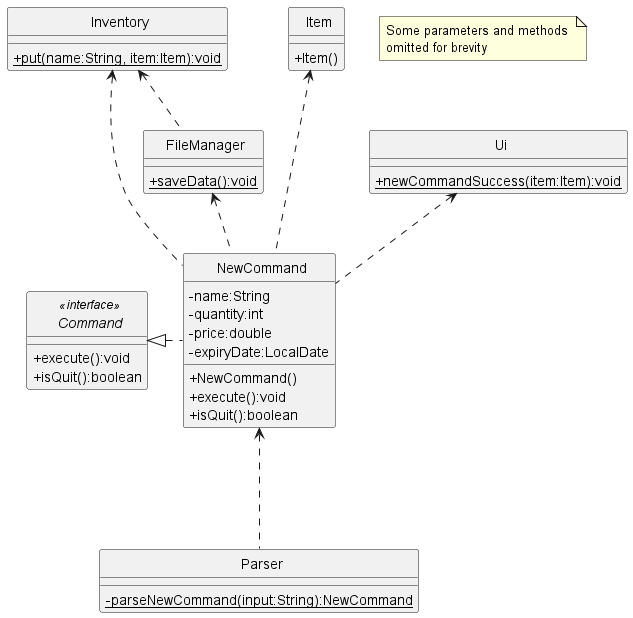
The PlantUML diagram docs/uml-diagrams/NewCommandClass.png in rismm/tp, before a commit.
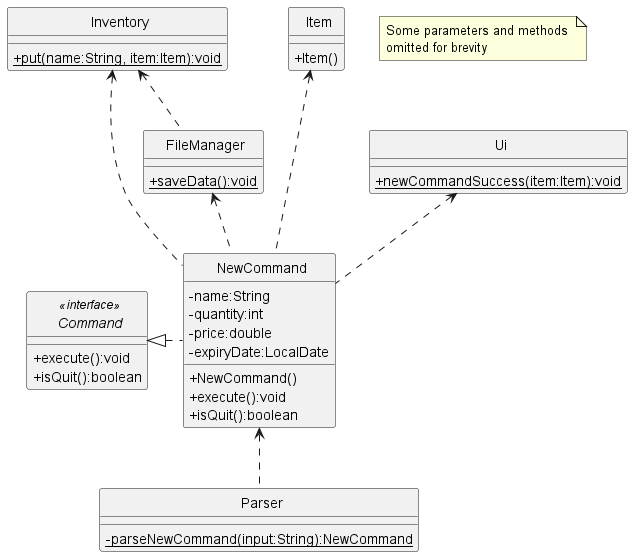
After the change.

Commit message:
Update class diagrams

Change to the diagram source:
```diff
@@ -15,7 +15,7 @@
 Item <... NewCommand
 Ui <.. NewCommand
 Inventory <.. NewCommand
-NewCommand <... Parser
+NewCommand <.. Parser
 FileManager <.. NewCommand
 Inventory <.. FileManager
 
```
